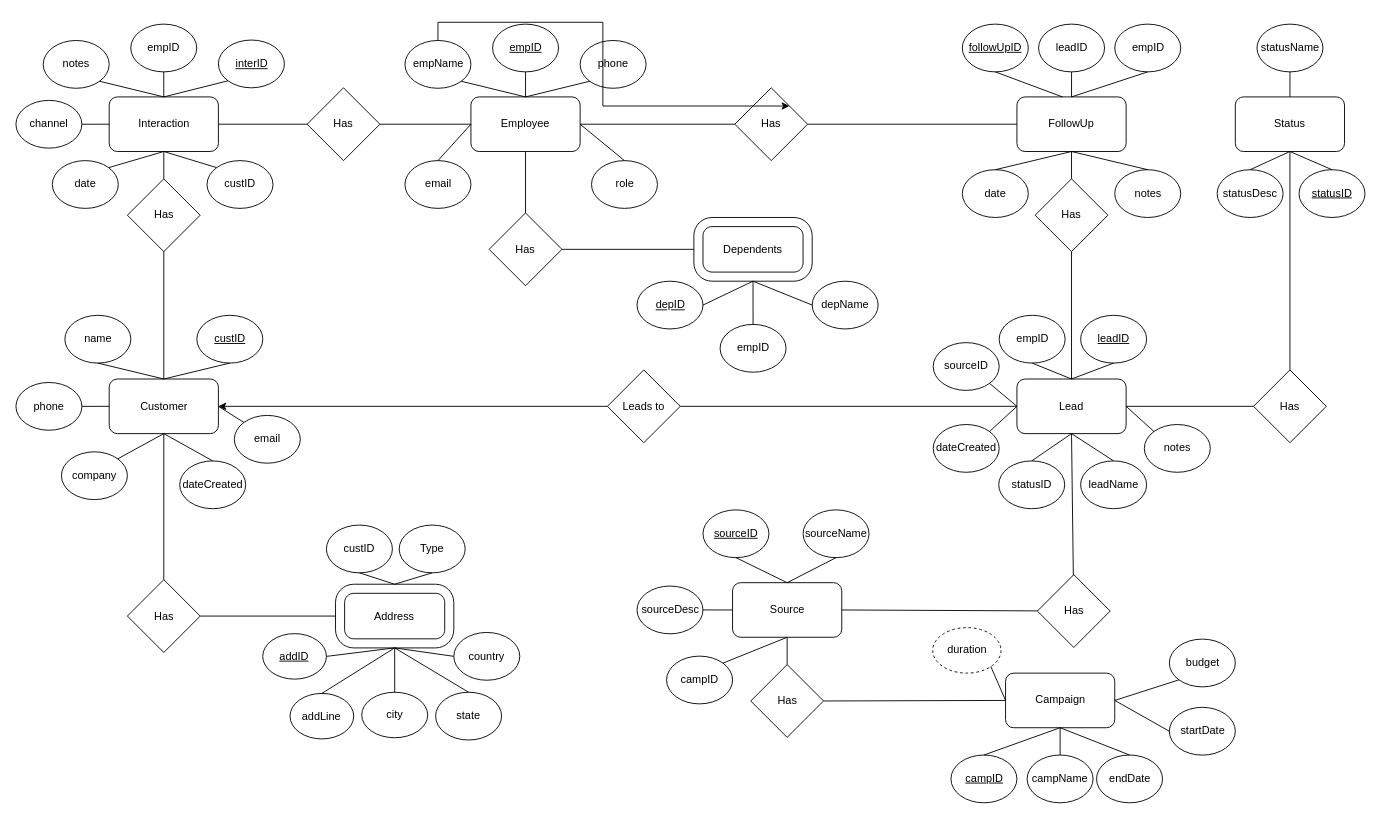
The draw.io diagram DBproject.drawio in AnthonyEdward777/CRM-DBMS, before the edit. Source tidied: cells renumbered, new cells numbered last; positions are measured from the earlier drawing's top-left corner, leaving out a move shared by most shapes. Both pictures are drawn from the tidied source at 91%, with x=0, y=0 at pixel (15, 24).
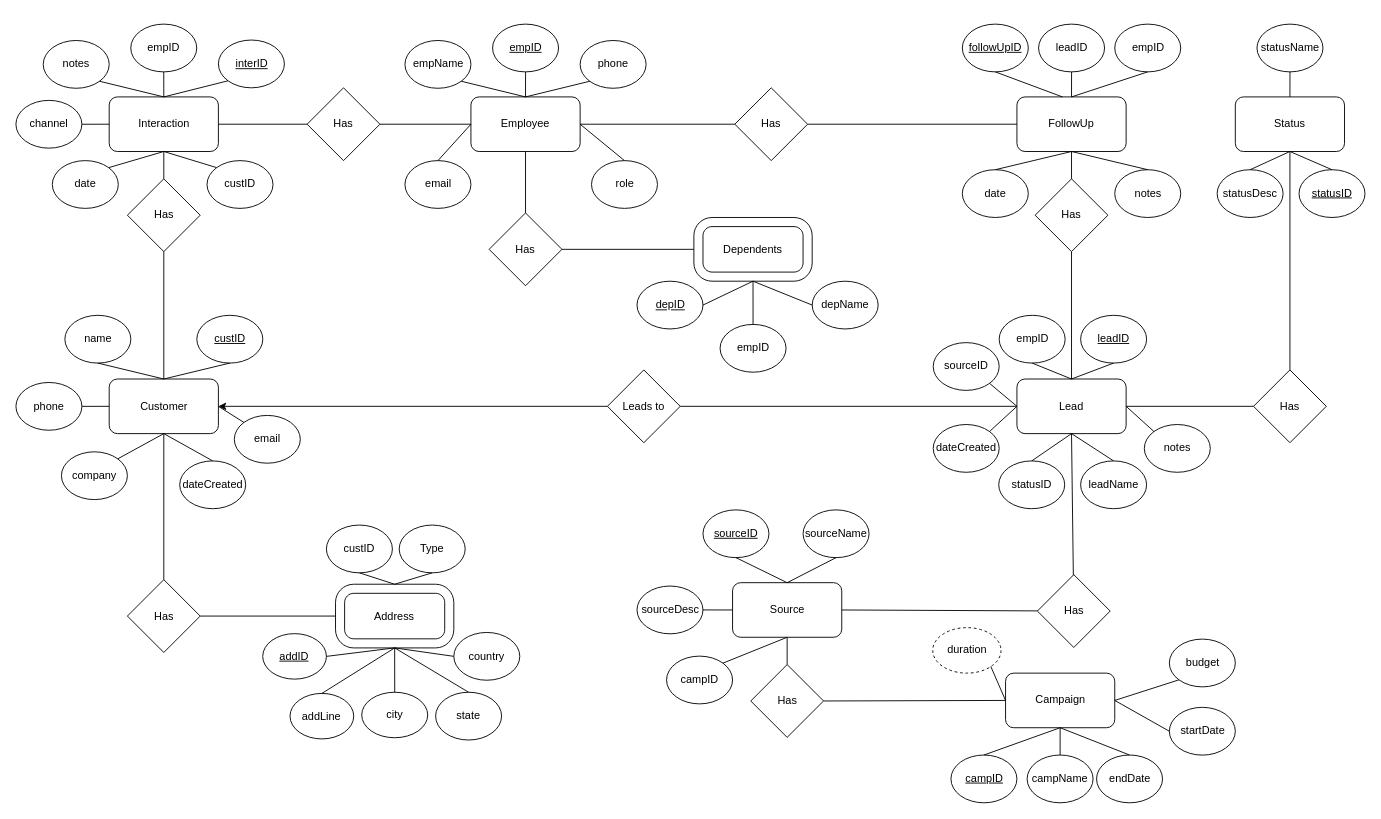
The same page after the edit.

Commit message:
removed useless arrow - ERD

Unchanged cells that the change refers to:
```xml
<mxCell id="27" value="Has" style="rhombus;whiteSpace=wrap;html=1;" parent="1" vertex="1">
  <mxGeometry x="790" y="70" width="80" height="80" as="geometry" />
</mxCell>
<mxCell id="129" value="empName" style="ellipse;whiteSpace=wrap;html=1;" parent="1" vertex="1">
  <mxGeometry x="427.5" y="18" width="72.5" height="52.5" as="geometry" />
</mxCell>
```

Change to the diagram source:
```diff
@@
-    <mxCell id="128" style="edgeStyle=orthogonalEdgeStyle;rounded=0;jettySize=auto;html=1;exitX=0.5;exitY=0;exitDx=0;exitDy=0;entryX=1;entryY=0;entryDx=0;entryDy=0;" parent="1" edge="1" source="129" target="27">
-      <mxGeometry relative="1" as="geometry" />
-    </mxCell>
```
